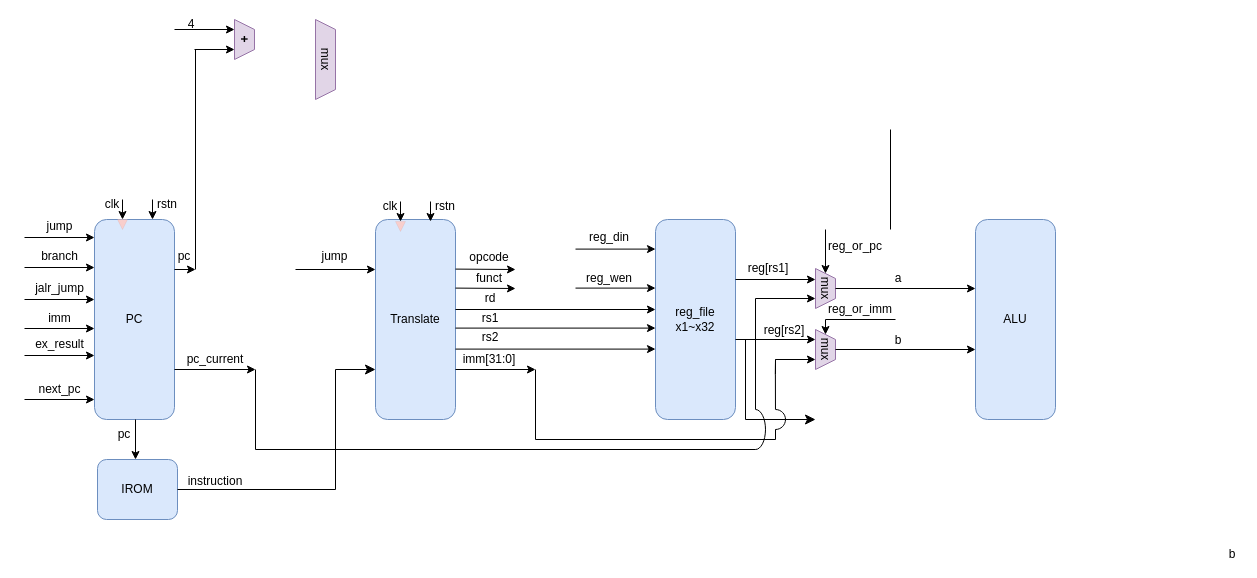
This is riscv.drawio from youmiwei/drawio, a draw.io file, before an edit. Source tidied: cells renumbered, new cells numbered last; positions are measured from the earlier drawing's top-left corner, leaving out a move shared by most shapes. Both pictures are drawn from the tidied source at 100%, with x=0, y=0 at pixel (24, 19).
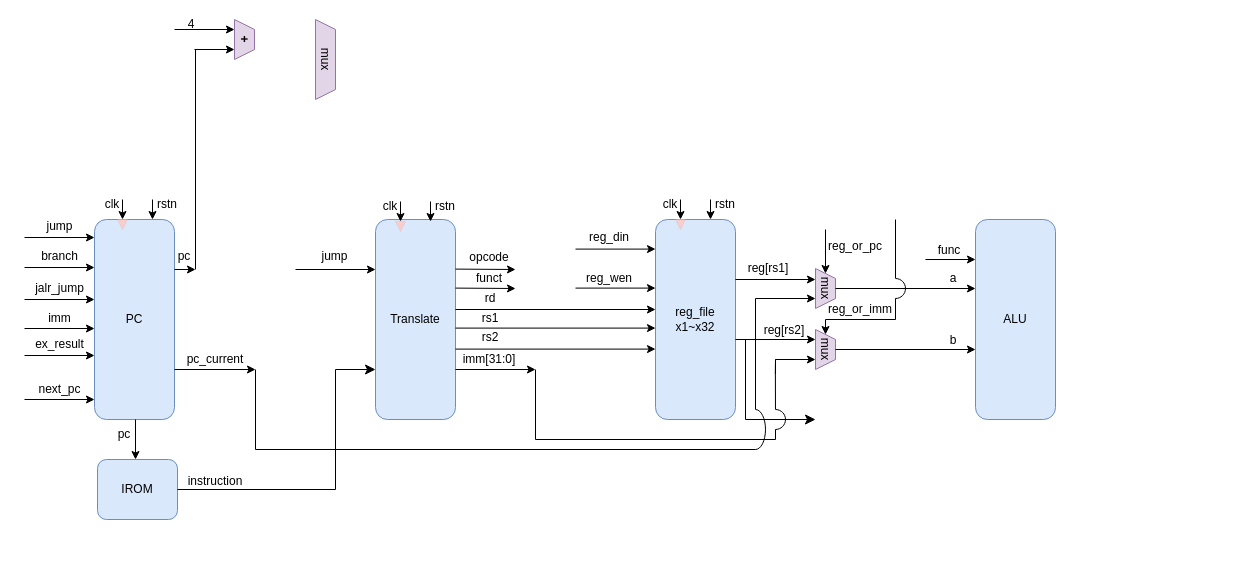
After the change.

Diff of the diagram source:
```diff
@@
-    <mxCell id="60" value="b" style="text;html=1;align=center;verticalAlign=middle;whiteSpace=wrap;rounded=0;" parent="1" vertex="1">
-      <mxGeometry x="1201" y="530" width="14" height="10" as="geometry" />
-    </mxCell>
@@
     <mxCell id="62" value="a" style="text;html=1;align=center;verticalAlign=middle;whiteSpace=wrap;rounded=0;" parent="1" vertex="1">
-      <mxGeometry x="866" y="254" width="16" height="10" as="geometry" />
+      <mxGeometry x="921" y="254" width="16" height="10" as="geometry" />
     </mxCell>
@@
-    <mxCell id="69" style="endArrow=none;html=1;rounded=0;" parent="1" edge="1">
+    <mxCell id="69" style="endArrow=none;html=1;rounded=0;" parent="1" edge="1" source="92">
       <mxGeometry relative="1" as="geometry">
-        <mxPoint x="866" y="210" as="sourcePoint" />
-        <mxPoint x="866" y="110" as="targetPoint" />
+        <mxPoint x="871" y="200" as="targetPoint" />
       </mxGeometry>
     </mxCell>
@@
     <mxCell id="91" value="b" style="text;html=1;align=center;verticalAlign=middle;whiteSpace=wrap;rounded=0;" parent="1" vertex="1">
-      <mxGeometry x="866" y="316" width="16" height="10" as="geometry" />
+      <mxGeometry x="921" y="316" width="16" height="10" as="geometry" />
     </mxCell>
+    <mxCell id="92" style="verticalLabelPosition=bottom;verticalAlign=top;html=1;shape=mxgraph.basic.arc;startAngle=0.0032476092441872753;endAngle=0.5018946122032574;" parent="1" vertex="1">
+      <mxGeometry x="861" y="259" width="20" height="20" as="geometry" />
+    </mxCell>
+    <mxCell id="93" style="endArrow=none;html=1;rounded=0;" parent="1" edge="1" target="92">
+      <mxGeometry relative="1" as="geometry">
+        <mxPoint x="871" y="300" as="sourcePoint" />
+      </mxGeometry>
+    </mxCell>
+    <mxCell id="94" style="endArrow=classic;html=1;rounded=0;entryX=0;entryY=0.25;entryDx=0;entryDy=0;" parent="1" edge="1">
+      <mxGeometry relative="1" as="geometry">
+        <mxPoint x="901" y="240" as="sourcePoint" />
+        <mxPoint x="951" y="240" as="targetPoint" />
+      </mxGeometry>
+    </mxCell>
+    <mxCell id="95" value="func" style="text;html=1;align=center;verticalAlign=middle;whiteSpace=wrap;rounded=0;" parent="1" vertex="1">
+      <mxGeometry x="895" y="226" width="60" height="10" as="geometry" />
+    </mxCell>
+    <mxCell id="96" style="triangle;whiteSpace=wrap;html=1;rotation=90;fillColor=#f8cecc;strokeColor=#b85450;strokeWidth=0;" parent="1" vertex="1">
+      <mxGeometry x="651" y="200" width="10" height="10" as="geometry" />
+    </mxCell>
+    <mxCell id="97" style="endArrow=classic;html=1;rounded=0;entryX=0;entryY=0.5;entryDx=0;entryDy=0;" parent="1" edge="1" target="96">
+      <mxGeometry relative="1" as="geometry">
+        <mxPoint x="656" y="180" as="sourcePoint" />
+      </mxGeometry>
+    </mxCell>
+    <mxCell id="98" value="clk" style="text;html=1;align=center;verticalAlign=middle;whiteSpace=wrap;rounded=0;" parent="1" vertex="1">
+      <mxGeometry x="631" y="180" width="30" height="10" as="geometry" />
+    </mxCell>
+    <mxCell id="99" style="endArrow=classic;html=1;rounded=0;entryX=0;entryY=0.5;entryDx=0;entryDy=0;" parent="1" edge="1">
+      <mxGeometry relative="1" as="geometry">
+        <mxPoint x="686" y="180" as="sourcePoint" />
+        <mxPoint x="686" y="200" as="targetPoint" />
+      </mxGeometry>
+    </mxCell>
+    <mxCell id="100" value="rstn" style="text;html=1;align=center;verticalAlign=middle;whiteSpace=wrap;rounded=0;" parent="1" vertex="1">
+      <mxGeometry x="686" y="180" width="30" height="10" as="geometry" />
+    </mxCell>
```
